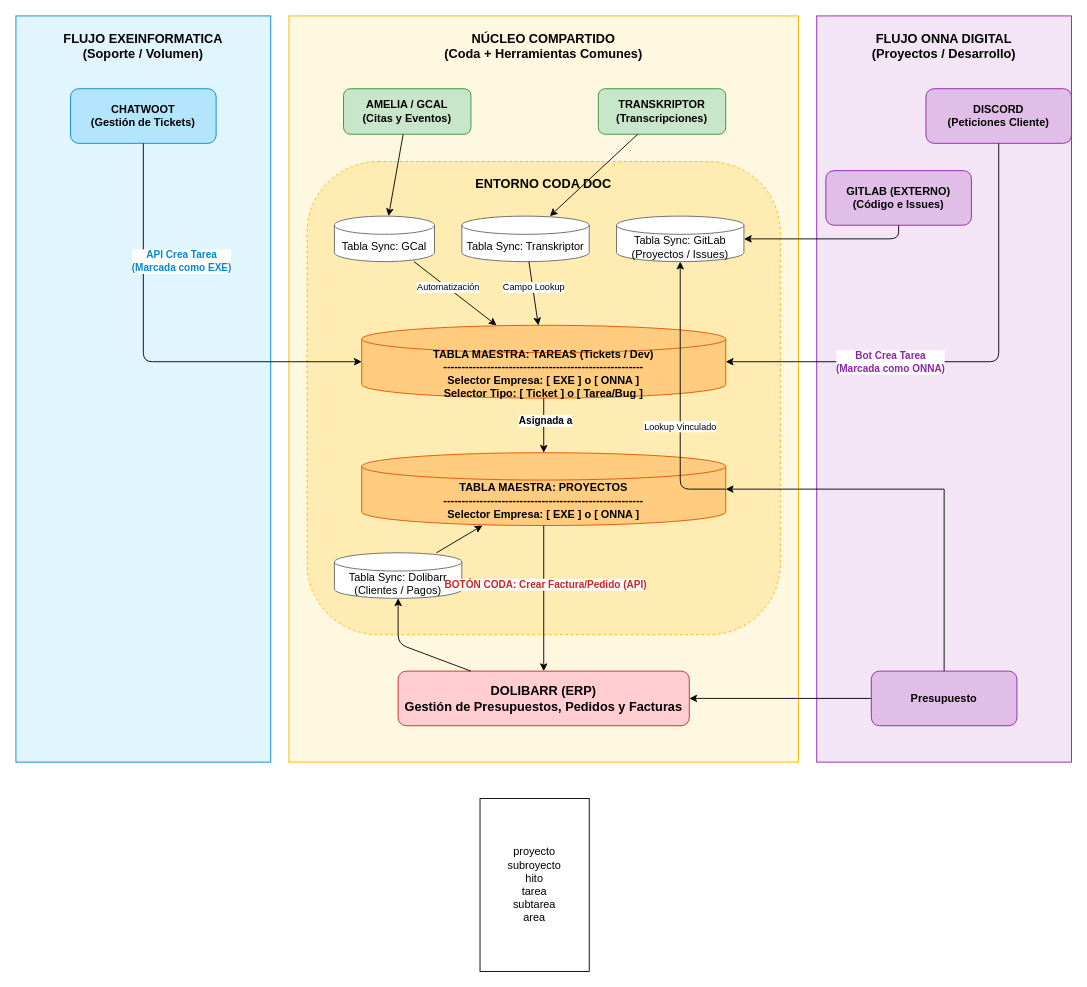
onnadigital-ia/draw.io keeps this draw.io diagram as Diagrama sin título.drawio. Above is the earlier version. Source tidied: cells renumbered, new cells numbered last; positions are measured from the earlier drawing's top-left corner, leaving out a move shared by most shapes. Both pictures are drawn from the tidied source at 91%, with x=0, y=0 at pixel (15, 15).
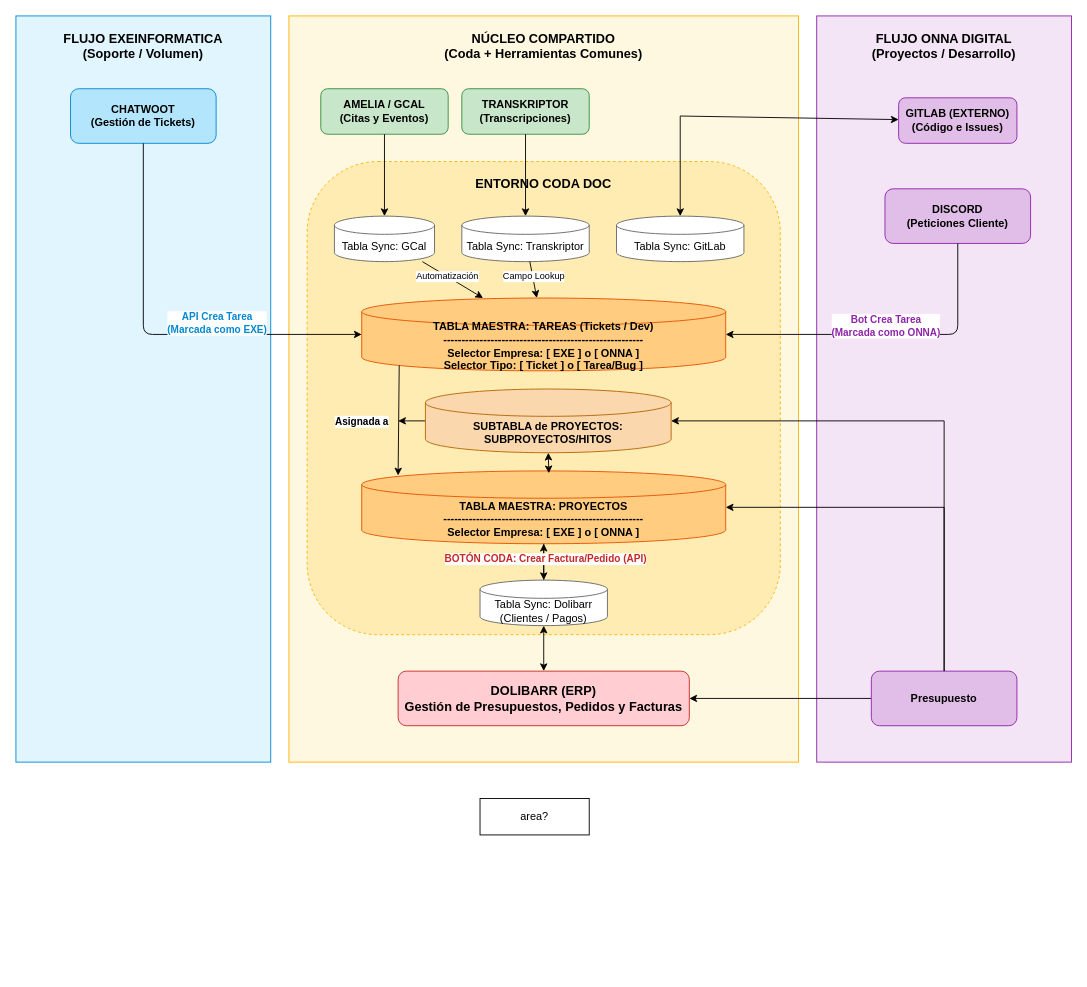
After the change.

Unchanged cells that the change refers to:
```xml
<mxCell id="5" value="CHATWOOT&#10;(Gestión de Tickets)" style="rounded=1;whiteSpace=wrap;html=1;fillColor=#b3e5fc;strokeColor=#0288d1;fontStyle=1;" parent="1" vertex="1">
  <mxGeometry x="60" y="80" width="160" height="60" as="geometry" />
</mxCell>
<mxCell id="17" value="DOLIBARR (ERP)&#10;Gestión de Presupuestos, Pedidos y Facturas" style="rounded=1;whiteSpace=wrap;html=1;fillColor=#ffcdd2;strokeColor=#c62828;fontStyle=1;fontSize=14;" parent="1" vertex="1">
  <mxGeometry x="420" y="720" width="320" height="60" as="geometry" />
</mxCell>
<mxCell id="39" value="Presupuesto" style="rounded=1;whiteSpace=wrap;html=1;fillColor=#e1bee7;strokeColor=#8e24aa;fontStyle=1;" parent="1" vertex="1">
  <mxGeometry x="940" y="720" width="160" height="60" as="geometry" />
</mxCell>
```

Diff of the diagram source:
```diff
@@
     <mxCell id="6" value="DISCORD&#10;(Peticiones Cliente)" style="rounded=1;whiteSpace=wrap;html=1;fillColor=#e1bee7;strokeColor=#8e24aa;fontStyle=1;" parent="1" vertex="1">
-      <mxGeometry x="1000" y="80" width="160" height="60" as="geometry" />
+      <mxGeometry x="955" y="190" width="160" height="60" as="geometry" />
     </mxCell>
     <mxCell id="7" value="GITLAB (EXTERNO)&#10;(Código e Issues)" style="rounded=1;whiteSpace=wrap;html=1;fillColor=#e1bee7;strokeColor=#8e24aa;fontStyle=1;" parent="1" vertex="1">
-      <mxGeometry x="890" y="170" width="160" height="60" as="geometry" />
+      <mxGeometry x="970" y="90" width="130" height="50" as="geometry" />
     </mxCell>
     <mxCell id="8" value="AMELIA / GCAL&#10;(Citas y Eventos)" style="rounded=1;whiteSpace=wrap;html=1;fillColor=#c8e6c9;strokeColor=#388e3c;fontStyle=1;" parent="1" vertex="1">
-      <mxGeometry x="360" y="80" width="140" height="50" as="geometry" />
+      <mxGeometry x="335" y="80" width="140" height="50" as="geometry" />
     </mxCell>
     <mxCell id="9" value="TRANSKRIPTOR&#10;(Transcripciones)" style="rounded=1;whiteSpace=wrap;html=1;fillColor=#c8e6c9;strokeColor=#388e3c;fontStyle=1;" parent="1" vertex="1">
-      <mxGeometry x="640" y="80" width="140" height="50" as="geometry" />
+      <mxGeometry x="490" y="80" width="140" height="50" as="geometry" />
     </mxCell>
@@
-    <mxCell id="13" value="Tabla Sync: GitLab&#10;(Proyectos / Issues)" style="shape=cylinder3;whiteSpace=wrap;html=1;boundedLbl=1;backgroundOutline=1;size=10;fillColor=#ffffff;strokeColor=#666666;" parent="1" vertex="1">
+    <mxCell id="13" value="Tabla Sync: GitLab" style="shape=cylinder3;whiteSpace=wrap;html=1;boundedLbl=1;backgroundOutline=1;size=10;fillColor=#ffffff;strokeColor=#666666;" parent="1" vertex="1">
       <mxGeometry x="660" y="220" width="140" height="50" as="geometry" />
     </mxCell>
-    <mxCell id="14" value="Tabla Sync: Dolibarr&#10;(Clientes / Pagos)" style="shape=cylinder3;whiteSpace=wrap;html=1;boundedLbl=1;backgroundOutline=1;size=10;fillColor=#ffffff;strokeColor=#666666;" parent="1" vertex="1">
-      <mxGeometry x="350" y="590" width="140" height="50" as="geometry" />
-    </mxCell>
     <mxCell id="15" value="TABLA MAESTRA: TAREAS (Tickets / Dev)&#10;-------------------------------------------------------&#10;Selector Empresa: [ EXE ] o [ ONNA ]&#10;Selector Tipo: [ Ticket ] o [ Tarea/Bug ]" style="shape=cylinder3;whiteSpace=wrap;html=1;boundedLbl=1;backgroundOutline=1;size=15;fillColor=#ffcc80;strokeColor=#e65100;fontStyle=1;" parent="1" vertex="1">
-      <mxGeometry x="380" y="340" width="400" height="80" as="geometry" />
+      <mxGeometry x="380" y="310" width="400" height="80" as="geometry" />
     </mxCell>
     <mxCell id="16" value="TABLA MAESTRA: PROYECTOS&#10;-------------------------------------------------------&#10;Selector Empresa: [ EXE ] o [ ONNA ]" style="shape=cylinder3;whiteSpace=wrap;html=1;boundedLbl=1;backgroundOutline=1;size=15;fillColor=#ffcc80;strokeColor=#e65100;fontStyle=1;" parent="1" vertex="1">
-      <mxGeometry x="380" y="480" width="400" height="80" as="geometry" />
+      <mxGeometry x="380" y="500" width="400" height="80" as="geometry" />
     </mxCell>
@@
     <mxCell id="18" parent="1" edge="1" source="5" target="15">
       <mxGeometry relative="1" as="geometry">
         <Array as="points">
-          <mxPoint x="140" y="380" />
+          <mxPoint x="140" y="350" />
         </Array>
       </mxGeometry>
     </mxCell>
     <mxCell id="19" value="API Crea Tarea&#10;(Marcada como EXE)" style="edgeLabel;html=1;align=center;verticalAlign=middle;backgroundColor=#ffffff;fontStyle=1;fontColor=#0288d1;" parent="18" vertex="1">
       <mxGeometry x="-0.4" y="1" relative="1" as="geometry">
-        <mxPoint x="40" y="-15" as="offset" />
+        <mxPoint x="79" y="62" as="offset" />
       </mxGeometry>
     </mxCell>
     <mxCell id="20" parent="1" edge="1" source="6" target="15">
       <mxGeometry relative="1" as="geometry">
         <Array as="points">
-          <mxPoint x="1080" y="380" />
+          <mxPoint x="1035" y="350" />
         </Array>
       </mxGeometry>
     </mxCell>
     <mxCell id="21" value="Bot Crea Tarea&#10;(Marcada como ONNA)" style="edgeLabel;html=1;align=center;verticalAlign=middle;backgroundColor=#ffffff;fontStyle=1;fontColor=#8e24aa;" parent="20" vertex="1">
       <mxGeometry x="-0.4" y="1" relative="1" as="geometry">
-        <mxPoint x="-121" y="78" as="offset" />
+        <mxPoint x="-73" y="-11" as="offset" />
       </mxGeometry>
     </mxCell>
-    <mxCell id="22" parent="1" edge="1" source="7" target="13">
-      <mxGeometry relative="1" as="geometry">
-        <Array as="points">
-          <mxPoint x="970" y="245" />
-        </Array>
-      </mxGeometry>
-    </mxCell>
-    <mxCell id="23" parent="1" edge="1" source="16" target="13">
-      <mxGeometry relative="1" as="geometry">
-        <Array as="points">
-          <mxPoint x="730" y="520" />
-        </Array>
-      </mxGeometry>
-    </mxCell>
-    <mxCell id="24" value="Lookup Vinculado" style="edgeLabel;html=1;align=center;verticalAlign=middle;backgroundColor=#ffffff;fontSize=10;" parent="23" vertex="1">
-      <mxGeometry x="-0.2" y="1" relative="1" as="geometry" />
-    </mxCell>
@@
-    <mxCell id="31" parent="1" edge="1" source="15" target="16">
-      <mxGeometry relative="1" as="geometry" />
+    <mxCell id="31" style="exitX=0.103;exitY=0.926;exitDx=0;exitDy=0;exitPerimeter=0;" parent="1" edge="1" source="15">
+      <mxGeometry relative="1" as="geometry">
+        <mxPoint x="420" y="505" as="targetPoint" />
+      </mxGeometry>
     </mxCell>
     <mxCell id="32" value="Asignada a" style="edgeLabel;html=1;align=center;verticalAlign=middle;backgroundColor=#ffffff;fontSize=11;fontStyle=1;" parent="31" vertex="1">
-      <mxGeometry x="-0.2" y="1" relative="1" as="geometry" />
+      <mxGeometry x="-0.2" y="1" relative="1" as="geometry">
+        <mxPoint x="-42" y="13" as="offset" />
+      </mxGeometry>
     </mxCell>
-    <mxCell id="33" parent="1" edge="1" source="16" target="17">
-      <mxGeometry relative="1" as="geometry" />
-    </mxCell>
-    <mxCell id="34" value="BOTÓN CODA: Crear Factura/Pedido (API)" style="edgeLabel;html=1;align=center;verticalAlign=middle;backgroundColor=#ffffff;fontStyle=1;fontColor=#c62828;" parent="33" vertex="1">
-      <mxGeometry x="-0.2" y="1" relative="1" as="geometry" />
-    </mxCell>
-    <mxCell id="35" parent="1" edge="1" source="17" target="14">
-      <mxGeometry relative="1" as="geometry">
-        <Array as="points">
-          <mxPoint x="420" y="690" />
-        </Array>
-      </mxGeometry>
-    </mxCell>
@@
-    <mxCell id="37" value="proyecto&lt;br&gt;subroyecto&lt;br&gt;hito&lt;br&gt;tarea&lt;br&gt;subtarea&lt;br&gt;area" style="rounded=0;whiteSpace=wrap;html=1;" parent="1" vertex="1">
-      <mxGeometry x="510" y="860" width="120" height="190" as="geometry" />
+    <mxCell id="37" value="area?" style="rounded=0;whiteSpace=wrap;html=1;" parent="1" vertex="1">
+      <mxGeometry x="510" y="860" width="120" height="40" as="geometry" />
     </mxCell>
@@
+    <mxCell id="41" style="endArrow=classic;startArrow=classic;html=1;rounded=0;" parent="1" edge="1" source="13" target="7">
+      <mxGeometry relative="1" as="geometry">
+        <Array as="points">
+          <mxPoint x="730" y="110" />
+        </Array>
+      </mxGeometry>
+    </mxCell>
+    <mxCell id="42" style="edgeStyle=orthogonalEdgeStyle;rounded=0;jettySize=auto;html=1;" parent="1" edge="1" source="43">
+      <mxGeometry relative="1" as="geometry">
+        <mxPoint x="420" y="445" as="targetPoint" />
+      </mxGeometry>
+    </mxCell>
+    <mxCell id="43" value="SUBTABLA de PROYECTOS: SUBPROYECTOS/HITOS" style="shape=cylinder3;whiteSpace=wrap;html=1;boundedLbl=1;backgroundOutline=1;size=15;fillColor=#fad7ac;strokeColor=#b46504;fontStyle=1;" parent="1" vertex="1">
+      <mxGeometry x="450" y="410" width="270" height="70" as="geometry" />
+    </mxCell>
+    <mxCell id="44" parent="1" edge="1" source="16" target="14">
+      <mxGeometry relative="1" as="geometry" />
+    </mxCell>
+    <mxCell id="34" value="BOTÓN CODA: Crear Factura/Pedido (API)" style="edgeLabel;html=1;align=center;verticalAlign=middle;backgroundColor=#ffffff;fontStyle=1;fontColor=#c62828;" parent="44" vertex="1">
+      <mxGeometry x="-0.2" y="1" relative="1" as="geometry" />
+    </mxCell>
+    <mxCell id="14" value="Tabla Sync: Dolibarr&#10;(Clientes / Pagos)" style="shape=cylinder3;whiteSpace=wrap;html=1;boundedLbl=1;backgroundOutline=1;size=10;fillColor=#ffffff;strokeColor=#666666;" parent="1" vertex="1">
+      <mxGeometry x="510" y="620" width="140" height="50" as="geometry" />
+    </mxCell>
+    <mxCell id="45" style="edgeStyle=orthogonalEdgeStyle;rounded=0;jettySize=auto;html=1;entryX=1;entryY=0.5;entryDx=0;entryDy=0;entryPerimeter=0;" parent="1" edge="1" source="39" target="43">
+      <mxGeometry relative="1" as="geometry">
+        <Array as="points">
+          <mxPoint x="1020" y="445" />
+        </Array>
+      </mxGeometry>
+    </mxCell>
+    <mxCell id="46" style="endArrow=classic;startArrow=classic;html=1;rounded=0;entryX=0.5;entryY=1;entryDx=0;entryDy=0;entryPerimeter=0;exitX=0.514;exitY=0.032;exitDx=0;exitDy=0;exitPerimeter=0;" parent="1" edge="1" source="16" target="43">
+      <mxGeometry relative="1" as="geometry" />
+    </mxCell>
+    <mxCell id="47" style="endArrow=classic;startArrow=classic;html=1;rounded=0;entryX=0.5;entryY=0;entryDx=0;entryDy=0;" parent="1" edge="1" source="14" target="17">
+      <mxGeometry relative="1" as="geometry" />
+    </mxCell>
```
